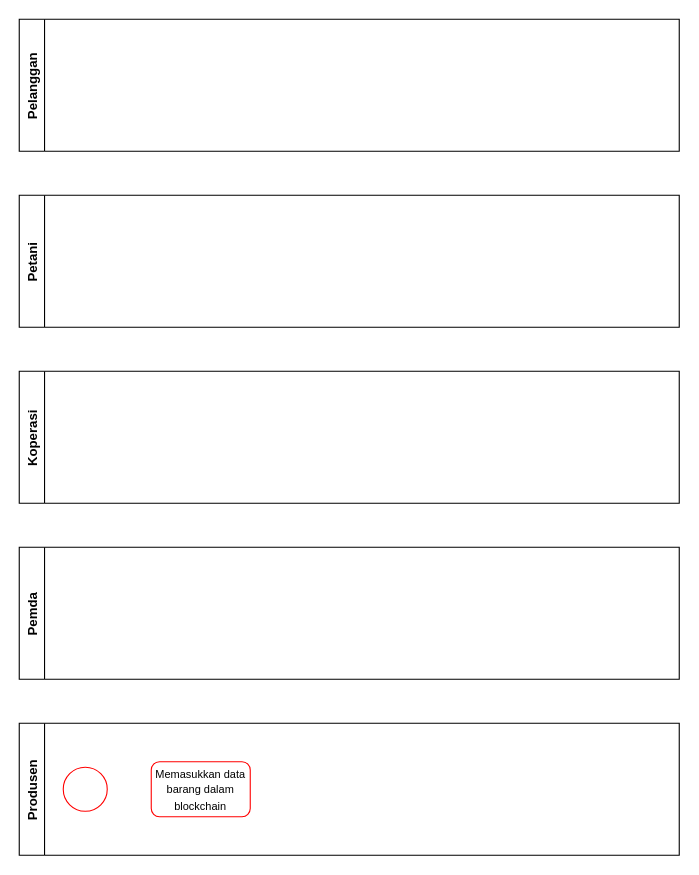
Earlier version of the draw.io diagram BPMN1.drawio (hanggaa/Diagram). Source tidied: cells renumbered, new cells numbered last; positions are measured from the earlier drawing's top-left corner, leaving out a move shared by most shapes. Both pictures are drawn from the tidied source at 110%, with x=0, y=0 at pixel (19, 19).
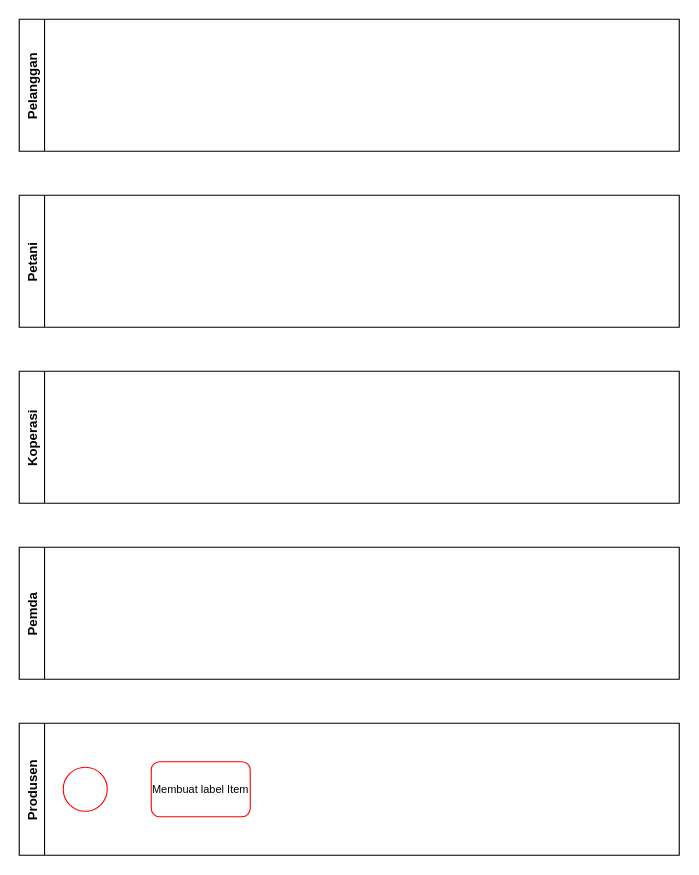
After the change.

Diff of the diagram source:
```diff
@@
 <mxGraphModel>
   <root>
     <mxCell id="0" />
     <mxCell id="1" parent="0" />
     <mxCell id="2" value="Pemda" style="swimlane;horizontal=0;" parent="1" vertex="1">
       <mxGeometry y="480" width="600" height="120" as="geometry" />
     </mxCell>
     <mxCell id="3" value="Koperasi" style="swimlane;horizontal=0;" parent="1" vertex="1">
       <mxGeometry y="320" width="600" height="120" as="geometry" />
     </mxCell>
     <mxCell id="4" value="Petani" style="swimlane;horizontal=0;startSize=23;" parent="1" vertex="1">
       <mxGeometry y="160" width="600" height="120" as="geometry" />
     </mxCell>
     <mxCell id="5" value="Pelanggan" style="swimlane;horizontal=0;startSize=23;" parent="1" vertex="1">
       <mxGeometry width="600" height="120" as="geometry" />
     </mxCell>
     <mxCell id="6" value="Produsen" style="swimlane;horizontal=0;startSize=23;" parent="1" vertex="1">
       <mxGeometry y="640" width="600" height="120" as="geometry" />
     </mxCell>
     <mxCell id="7" style="ellipse;whiteSpace=wrap;html=1;strokeColor=#FF0000;" parent="6" vertex="1">
       <mxGeometry x="40" y="40" width="40" height="40" as="geometry" />
     </mxCell>
-    <mxCell id="8" value="&lt;font style=&quot;font-size: 10px&quot;&gt;Memasukkan data barang dalam blockchain&lt;/font&gt;" style="rounded=1;whiteSpace=wrap;html=1;strokeColor=#FF0000;" parent="6" vertex="1">
+    <mxCell id="8" value="&lt;font style=&quot;font-size: 10px&quot;&gt;Membuat label Item&lt;/font&gt;" style="rounded=1;whiteSpace=wrap;html=1;strokeColor=#FF0000;" parent="6" vertex="1">
       <mxGeometry x="120" y="35" width="90" height="50" as="geometry" />
     </mxCell>
   </root>
 </mxGraphModel>
```
